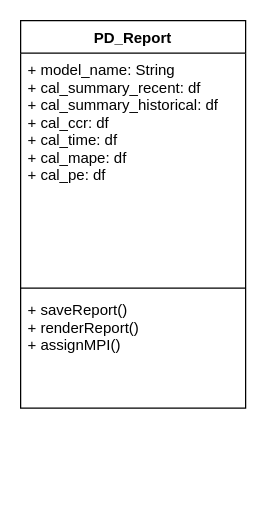
Earlier version of the draw.io diagram PD_Report.drawio (aminrigi/Network_CommunityDetection). Source tidied: cells renumbered, new cells numbered last; positions are measured from the earlier drawing's top-left corner, leaving out a move shared by most shapes. Both pictures are drawn from the tidied source at 125%, with x=0, y=0 at pixel (20, 20).
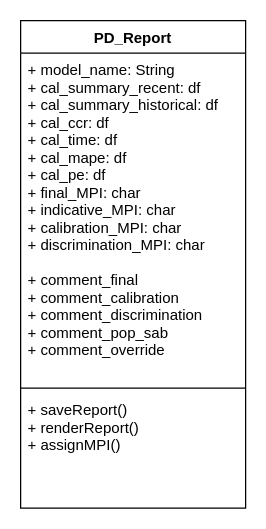
After the change.

What changed in the source:
```diff
@@
 <mxGraphModel>
   <root>
     <mxCell id="0" />
     <mxCell id="1" parent="0" />
     <mxCell id="2" value="PD_Report" style="swimlane;fontStyle=1;align=center;verticalAlign=top;horizontal=1;startSize=26;" parent="1" vertex="1">
-      <mxGeometry width="180" height="310" as="geometry" />
+      <mxGeometry width="180" height="390" as="geometry" />
     </mxCell>
-    <mxCell id="3" value="+ model_name: String&#10;+ cal_summary_recent: df&#10;+ cal_summary_historical: df&#10;+ cal_ccr: df&#10;+ cal_time: df&#10;+ cal_mape: df&#10;+ cal_pe: df&#10;&#10;&#10;" style="text;strokeColor=none;fillColor=none;align=left;verticalAlign=top;spacingLeft=4;spacingRight=4;overflow=hidden;" parent="2" vertex="1">
-      <mxGeometry y="26" width="180" height="184" as="geometry" />
+    <mxCell id="3" value="+ model_name: String&#10;+ cal_summary_recent: df&#10;+ cal_summary_historical: df&#10;+ cal_ccr: df&#10;+ cal_time: df&#10;+ cal_mape: df&#10;+ cal_pe: df&#10;+ final_MPI: char&#10;+ indicative_MPI: char&#10;+ calibration_MPI: char&#10;+ discrimination_MPI: char&#10;&#10;+ comment_final&#10;+ comment_calibration&#10;+ comment_discrimination&#10;+ comment_pop_sab&#10;+ comment_override&#10;&#10;" style="text;strokeColor=none;fillColor=none;align=left;verticalAlign=top;spacingLeft=4;spacingRight=4;overflow=hidden;" parent="2" vertex="1">
+      <mxGeometry y="26" width="180" height="264" as="geometry" />
     </mxCell>
     <mxCell id="4" style="line;strokeWidth=1;fillColor=none;align=left;verticalAlign=middle;spacingTop=-1;spacingLeft=3;spacingRight=3;labelPosition=right;" parent="2" vertex="1">
-      <mxGeometry y="210" width="180" height="8" as="geometry" />
+      <mxGeometry y="290" width="180" height="8" as="geometry" />
     </mxCell>
     <mxCell id="5" value="+ saveReport()&#10;+ renderReport()&#10;+ assignMPI()&#10;" style="text;strokeColor=none;fillColor=none;align=left;verticalAlign=top;spacingLeft=4;spacingRight=4;overflow=hidden;" parent="2" vertex="1">
-      <mxGeometry y="218" width="180" height="92" as="geometry" />
+      <mxGeometry y="298" width="180" height="92" as="geometry" />
     </mxCell>
   </root>
 </mxGraphModel>
```
